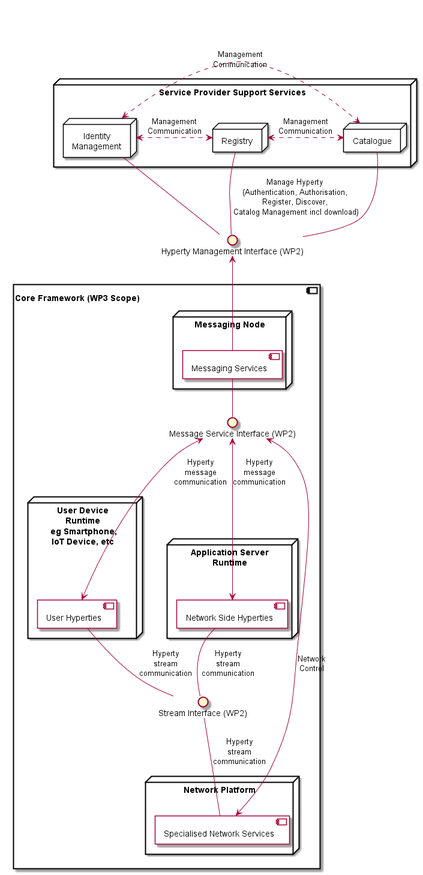
This is docs/deliverables/d31/WP3-scope.png from reTHINK-project/core-framework, a PlantUML export, as it was before one commit.
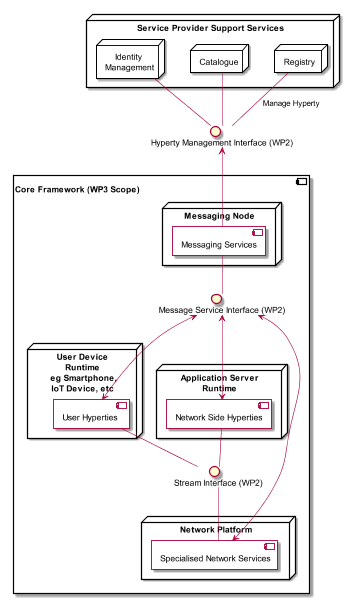
Above is the later version.

What changed in the source:
```diff
@@ -1,5 +1,5 @@
 @startuml "WP3-scope.png"
-
+scale 0.6
 
 
 
@@ -68,37 +68,32 @@
 
 
 
-Reg <.right.> Rep: Management\nCommunication
-
-IdM <.right.> Rep: Management\nCommunication
-
-IdM <.right.> Reg: Management\nCommunication
 
 
 Bus -up-> ManI
 
 MsgI -up- Bus
 
-ManI -up- Reg: Manage Hyperty\n(Authentication, Authorisation,\nRegister, Discover,\n Catalog Management incl download)
+ManI -up- Reg: Manage Hyperty
 
 ManI -up- Rep
 ManI -up- IdM
 
 Alice -[hidden]right-> Net
 
-Alice <-up-> MsgI: Hyperty\nmessage\ncommunication
+Alice <-up-> MsgI
 
-Net <-up-> MsgI:Hyperty\nmessage\ncommunication
+Net <-up-> MsgI
 
-Alice -down- StreamI: Hyperty\nstream\ncommunication
+Alice -down- StreamI
 
-Net -down- StreamI: Hyperty\nstream\ncommunication
+Net -down- StreamI
 
-NQC -up- StreamI : Hyperty\nstream\ncommunication
+NQC -up- StreamI
 
-Alice ...[hidden]right- Net: media/data\nstreams
+Alice ...[hidden]right- Net
 
-MsgI <-down-> NQC: Network\nControl
+MsgI <-down-> NQC
 
 
 @enduml
```
